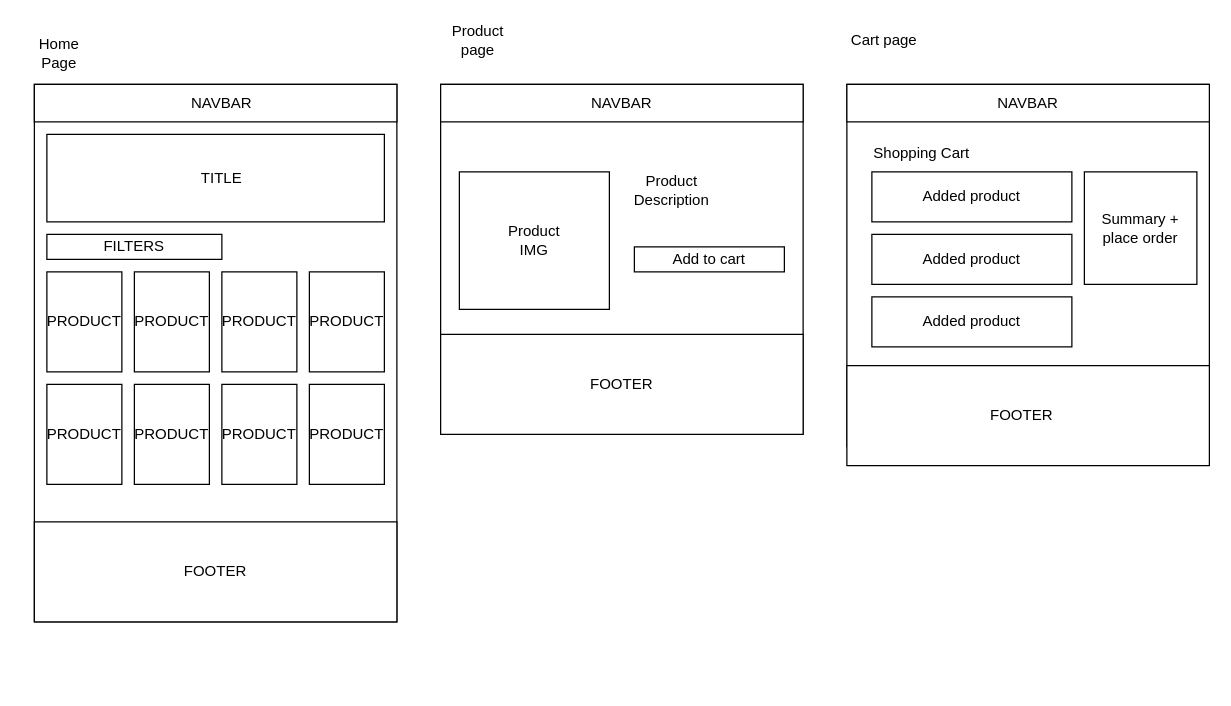
Before: mockup/mockup.drawio in Joshua-is-the-best-at-DTE/JoshuaAssesment2026, a draw.io diagram. Source tidied: cells renumbered, new cells numbered last; positions are measured from the earlier drawing's top-left corner, leaving out a move shared by most shapes. Both pictures are drawn from the tidied source at 125%, with x=0, y=0 at pixel (21, 21).
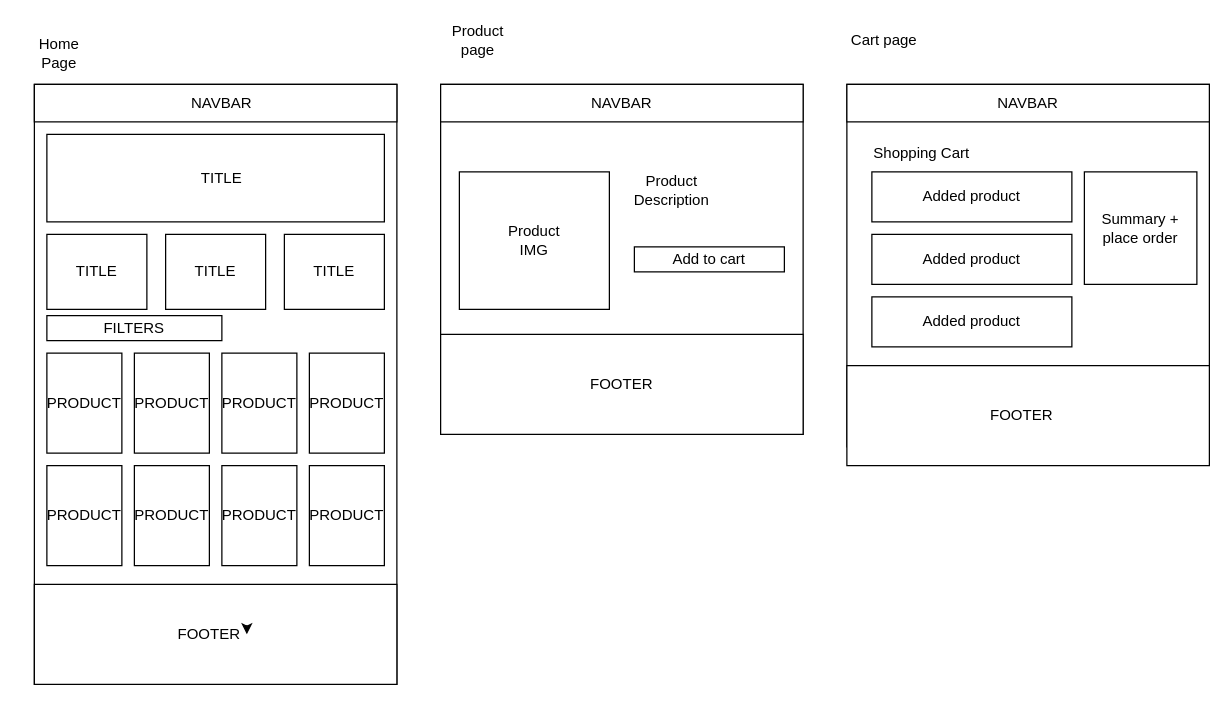
Above is the later version.

Diff of the diagram source:
```diff
@@
     <mxCell id="2" style="rounded=0;whiteSpace=wrap;html=1;" parent="1" vertex="1">
-      <mxGeometry x="10" y="50" width="290" height="430" as="geometry" />
+      <mxGeometry x="10" y="50" width="290" height="480" as="geometry" />
     </mxCell>
@@
     <mxCell id="5" style="rounded=0;whiteSpace=wrap;html=1;" parent="1" vertex="1">
-      <mxGeometry x="20" y="170" width="140" height="20" as="geometry" />
+      <mxGeometry x="20" y="235" width="140" height="20" as="geometry" />
     </mxCell>
     <mxCell id="6" style="rounded=0;whiteSpace=wrap;html=1;" parent="1" vertex="1">
-      <mxGeometry x="20" y="200" width="60" height="80" as="geometry" />
+      <mxGeometry x="20" y="265" width="60" height="80" as="geometry" />
     </mxCell>
     <mxCell id="7" style="rounded=0;whiteSpace=wrap;html=1;" parent="1" vertex="1">
-      <mxGeometry x="90" y="200" width="60" height="80" as="geometry" />
+      <mxGeometry x="90" y="265" width="60" height="80" as="geometry" />
     </mxCell>
     <mxCell id="8" style="rounded=0;whiteSpace=wrap;html=1;" parent="1" vertex="1">
-      <mxGeometry x="160" y="200" width="60" height="80" as="geometry" />
+      <mxGeometry x="160" y="265" width="60" height="80" as="geometry" />
     </mxCell>
     <mxCell id="9" style="rounded=0;whiteSpace=wrap;html=1;" parent="1" vertex="1">
-      <mxGeometry x="230" y="200" width="60" height="80" as="geometry" />
+      <mxGeometry x="230" y="265" width="60" height="80" as="geometry" />
     </mxCell>
     <mxCell id="10" style="rounded=0;whiteSpace=wrap;html=1;" parent="1" vertex="1">
-      <mxGeometry x="20" y="290" width="60" height="80" as="geometry" />
+      <mxGeometry x="20" y="355" width="60" height="80" as="geometry" />
     </mxCell>
     <mxCell id="11" style="rounded=0;whiteSpace=wrap;html=1;" parent="1" vertex="1">
-      <mxGeometry x="90" y="290" width="60" height="80" as="geometry" />
+      <mxGeometry x="90" y="355" width="60" height="80" as="geometry" />
     </mxCell>
     <mxCell id="12" style="rounded=0;whiteSpace=wrap;html=1;" parent="1" vertex="1">
-      <mxGeometry x="160" y="290" width="60" height="80" as="geometry" />
+      <mxGeometry x="160" y="355" width="60" height="80" as="geometry" />
     </mxCell>
     <mxCell id="13" style="rounded=0;whiteSpace=wrap;html=1;" parent="1" vertex="1">
-      <mxGeometry x="230" y="290" width="60" height="80" as="geometry" />
+      <mxGeometry x="230" y="355" width="60" height="80" as="geometry" />
     </mxCell>
     <mxCell id="14" style="rounded=0;whiteSpace=wrap;html=1;" parent="1" vertex="1">
-      <mxGeometry x="10" y="400" width="290" height="80" as="geometry" />
+      <mxGeometry x="10" y="450" width="290" height="80" as="geometry" />
     </mxCell>
@@
     <mxCell id="17" value="FILTERS" style="text;html=1;align=center;verticalAlign=middle;whiteSpace=wrap;rounded=0;" parent="1" vertex="1">
-      <mxGeometry x="60" y="165" width="60" height="30" as="geometry" />
+      <mxGeometry x="60" y="230" width="60" height="30" as="geometry" />
     </mxCell>
     <mxCell id="18" value="PRODUCT" style="text;html=1;align=center;verticalAlign=middle;whiteSpace=wrap;rounded=0;" parent="1" vertex="1">
-      <mxGeometry x="20" y="225" width="60" height="30" as="geometry" />
+      <mxGeometry x="20" y="290" width="60" height="30" as="geometry" />
     </mxCell>
     <mxCell id="19" value="PRODUCT" style="text;html=1;align=center;verticalAlign=middle;whiteSpace=wrap;rounded=0;" parent="1" vertex="1">
-      <mxGeometry x="90" y="225" width="60" height="30" as="geometry" />
+      <mxGeometry x="90" y="290" width="60" height="30" as="geometry" />
     </mxCell>
     <mxCell id="20" value="PRODUCT" style="text;html=1;align=center;verticalAlign=middle;whiteSpace=wrap;rounded=0;" parent="1" vertex="1">
-      <mxGeometry x="160" y="225" width="60" height="30" as="geometry" />
+      <mxGeometry x="160" y="290" width="60" height="30" as="geometry" />
     </mxCell>
     <mxCell id="21" value="PRODUCT" style="text;html=1;align=center;verticalAlign=middle;whiteSpace=wrap;rounded=0;" parent="1" vertex="1">
-      <mxGeometry x="230" y="225" width="60" height="30" as="geometry" />
+      <mxGeometry x="230" y="290" width="60" height="30" as="geometry" />
     </mxCell>
     <mxCell id="22" value="PRODUCT" style="text;html=1;align=center;verticalAlign=middle;whiteSpace=wrap;rounded=0;" parent="1" vertex="1">
-      <mxGeometry x="20" y="315" width="60" height="30" as="geometry" />
+      <mxGeometry x="20" y="380" width="60" height="30" as="geometry" />
     </mxCell>
     <mxCell id="23" value="PRODUCT" style="text;html=1;align=center;verticalAlign=middle;whiteSpace=wrap;rounded=0;" parent="1" vertex="1">
-      <mxGeometry x="90" y="315" width="60" height="30" as="geometry" />
+      <mxGeometry x="90" y="380" width="60" height="30" as="geometry" />
     </mxCell>
     <mxCell id="24" value="PRODUCT" style="text;html=1;align=center;verticalAlign=middle;whiteSpace=wrap;rounded=0;" parent="1" vertex="1">
-      <mxGeometry x="160" y="315" width="60" height="30" as="geometry" />
+      <mxGeometry x="160" y="380" width="60" height="30" as="geometry" />
     </mxCell>
     <mxCell id="25" value="PRODUCT" style="text;html=1;align=center;verticalAlign=middle;whiteSpace=wrap;rounded=0;" parent="1" vertex="1">
-      <mxGeometry x="230" y="315" width="60" height="30" as="geometry" />
+      <mxGeometry x="230" y="380" width="60" height="30" as="geometry" />
     </mxCell>
     <mxCell id="26" value="FOOTER" style="text;html=1;align=center;verticalAlign=middle;whiteSpace=wrap;rounded=0;" parent="1" vertex="1">
-      <mxGeometry x="125" y="425" width="60" height="30" as="geometry" />
+      <mxGeometry x="120" y="475" width="60" height="30" as="geometry" />
     </mxCell>
@@
+    <mxCell id="49" style="edgeStyle=none;html=1;exitX=1;exitY=0.25;exitDx=0;exitDy=0;entryX=1;entryY=0.5;entryDx=0;entryDy=0;" parent="1" edge="1" source="26" target="26">
+      <mxGeometry relative="1" as="geometry" />
+    </mxCell>
+    <mxCell id="50" value="TITLE" style="rounded=0;whiteSpace=wrap;html=1;" parent="1" vertex="1">
+      <mxGeometry x="20" y="170" width="80" height="60" as="geometry" />
+    </mxCell>
+    <mxCell id="51" value="TITLE" style="rounded=0;whiteSpace=wrap;html=1;" parent="1" vertex="1">
+      <mxGeometry x="115" y="170" width="80" height="60" as="geometry" />
+    </mxCell>
+    <mxCell id="52" value="TITLE" style="rounded=0;whiteSpace=wrap;html=1;" parent="1" vertex="1">
+      <mxGeometry x="210" y="170" width="80" height="60" as="geometry" />
+    </mxCell>
```
